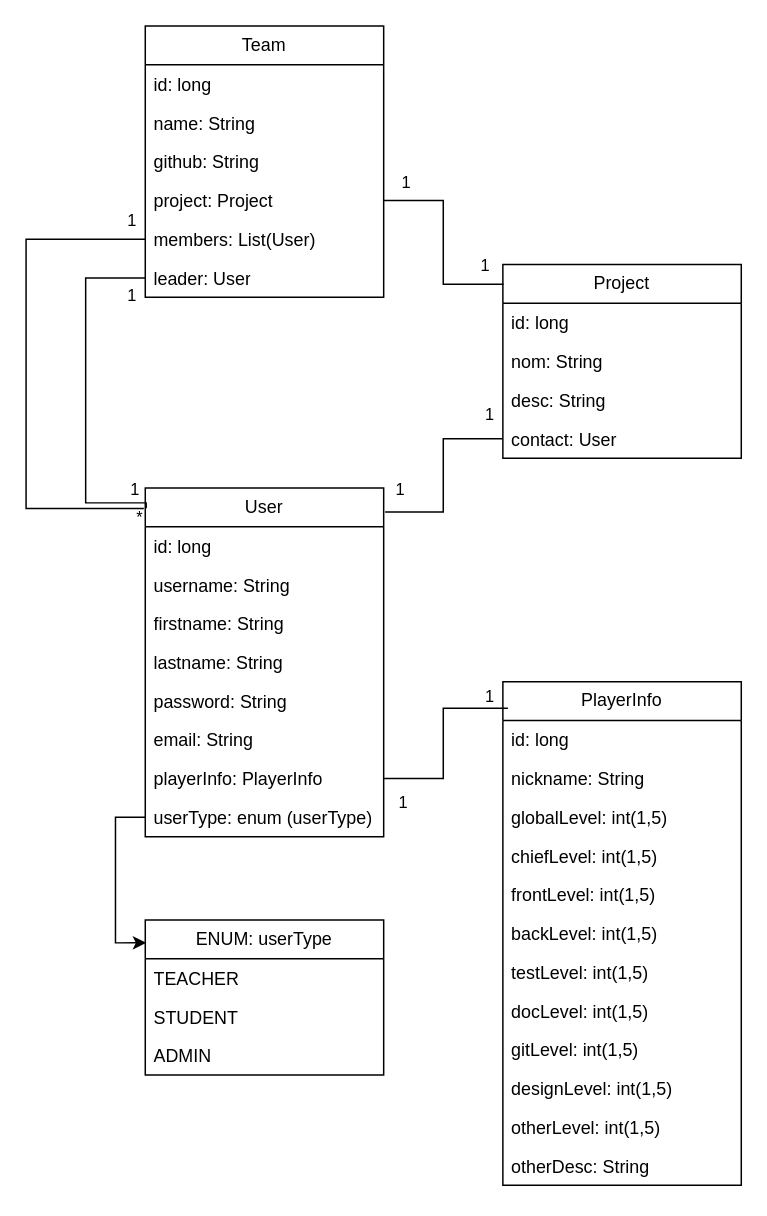
Before: docs/SAE s5 diagrams.drawio in IUT-Blagnac/sae-5-1-01-phase4-cafe-noisette, a draw.io diagram. Source tidied: cells renumbered, new cells numbered last; positions are measured from the earlier drawing's top-left corner, leaving out a move shared by most shapes. Both pictures are drawn from the tidied source at 149%, with x=0, y=0 at pixel (25, 25).
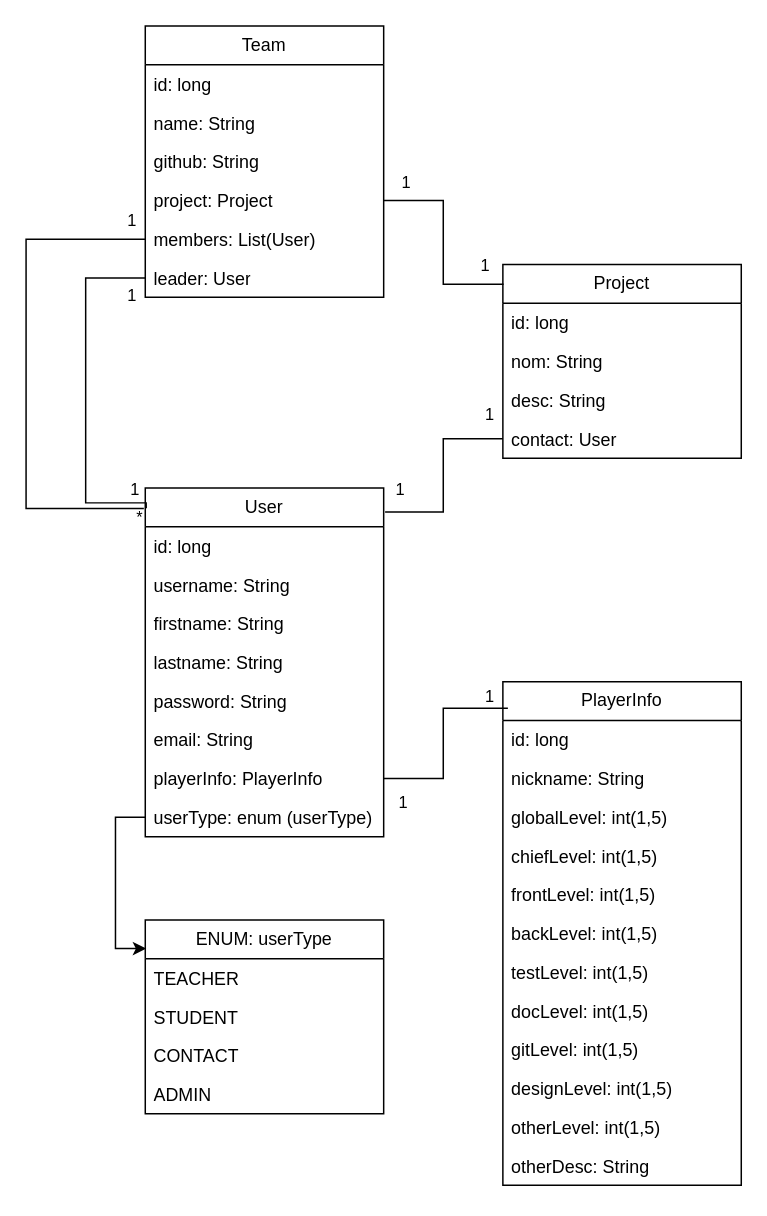
After the change.

Change to the diagram source:
```diff
@@
     <mxCell id="27" value="ENUM: userType" style="swimlane;fontStyle=0;horizontal=1;startSize=26;fillColor=none;whiteSpace=wrap;html=1;" parent="1" vertex="1">
-      <mxGeometry x="80" y="600" width="160" height="104" as="geometry" />
+      <mxGeometry x="80" y="600" width="160" height="130" as="geometry" />
     </mxCell>
@@
+    <mxCell id="56" value="CONTACT" style="text;strokeColor=none;fillColor=none;align=left;verticalAlign=top;spacingLeft=4;spacingRight=4;overflow=hidden;whiteSpace=wrap;html=1;" parent="27" vertex="1">
+      <mxGeometry y="78" width="160" height="26" as="geometry" />
+    </mxCell>
     <mxCell id="30" value="ADMIN" style="text;strokeColor=none;fillColor=none;align=left;verticalAlign=top;spacingLeft=4;spacingRight=4;overflow=hidden;whiteSpace=wrap;html=1;" parent="27" vertex="1">
-      <mxGeometry y="78" width="160" height="26" as="geometry" />
+      <mxGeometry y="104" width="160" height="26" as="geometry" />
     </mxCell>
```
